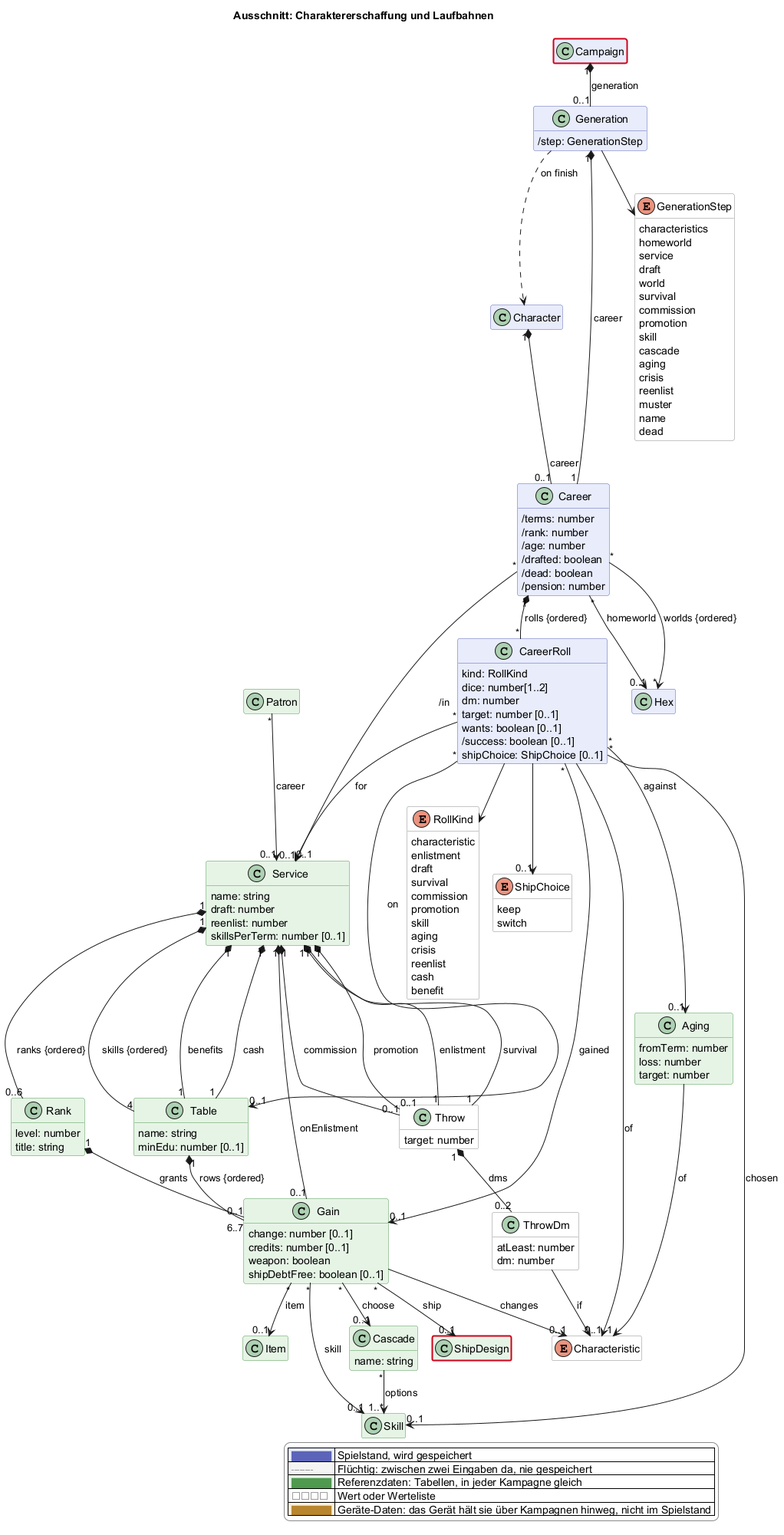
Before: docs/views/erschaffung.png, a diagram exported from PlantUML (scuzzar/SRE).
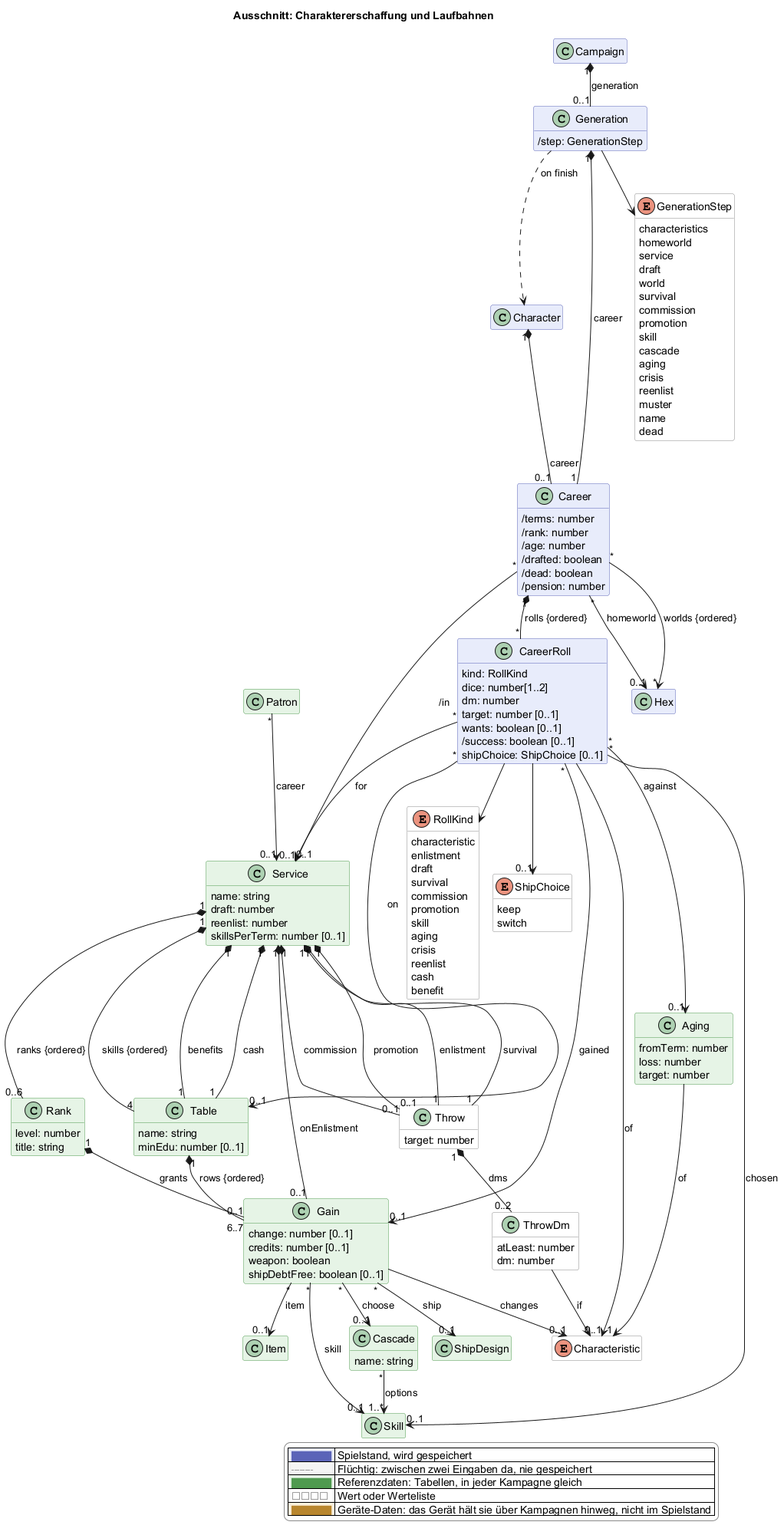
After the change.

Diff of the diagram source:
```diff
@@ -235,6 +235,4 @@
   |<#ffffff> <color:#8a8a8a>□□□□</color> | Wert oder Werteliste |
   |<#fdf1dc> <color:#b8862e>████</color> | Geräte-Daten: das Gerät hält sie über Kampagnen hinweg, nicht im Spielstand |
 endlegend
-class Campaign #line:d0021b;line.bold
-class ShipDesign #line:d0021b;line.bold
 @enduml
```
